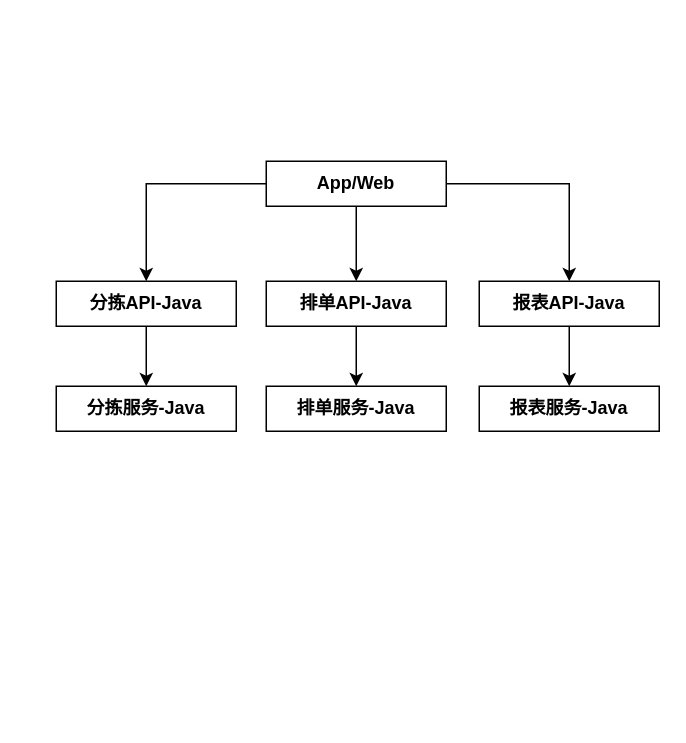
This is Untitled Diagram.drawio from frakaka/mybatis-3, a draw.io file, before an edit. Source tidied: cells renumbered, new cells numbered last; positions are measured from the earlier drawing's top-left corner, leaving out a move shared by most shapes. Both pictures are drawn from the tidied source at 150%, with x=0, y=0 at pixel (56, 26).
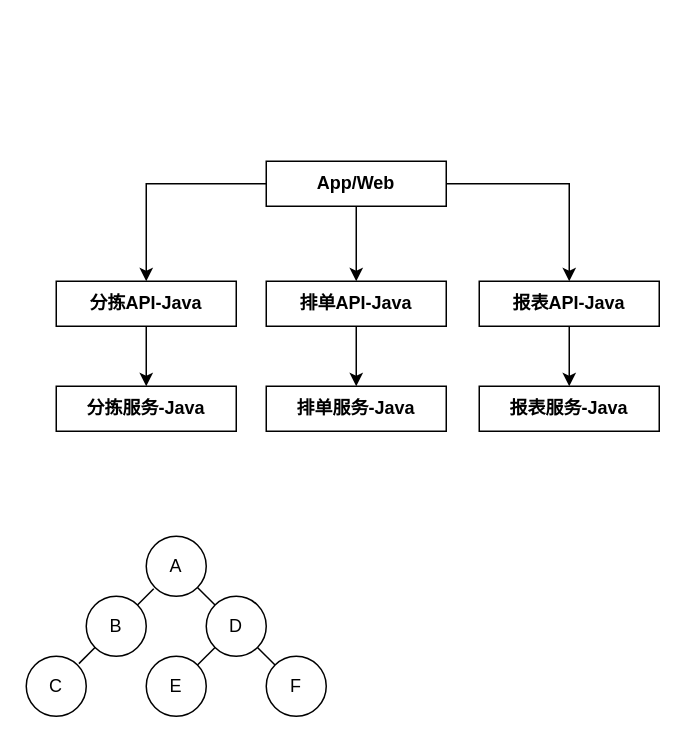
Above is the later version.

Diff of the diagram source:
```diff
@@
+    <mxCell id="16" value="A" style="ellipse;whiteSpace=wrap;html=1;" parent="1" vertex="1">
+      <mxGeometry x="60" y="340" width="40" height="40" as="geometry" />
+    </mxCell>
+    <mxCell id="17" value="B" style="ellipse;whiteSpace=wrap;html=1;" parent="1" vertex="1">
+      <mxGeometry x="20" y="380" width="40" height="40" as="geometry" />
+    </mxCell>
+    <mxCell id="18" value="C" style="ellipse;whiteSpace=wrap;html=1;" parent="1" vertex="1">
+      <mxGeometry x="-20" y="420" width="40" height="40" as="geometry" />
+    </mxCell>
+    <mxCell id="19" value="D" style="ellipse;whiteSpace=wrap;html=1;" parent="1" vertex="1">
+      <mxGeometry x="100" y="380" width="40" height="40" as="geometry" />
+    </mxCell>
+    <mxCell id="20" value="E" style="ellipse;whiteSpace=wrap;html=1;" parent="1" vertex="1">
+      <mxGeometry x="60" y="420" width="40" height="40" as="geometry" />
+    </mxCell>
+    <mxCell id="21" value="F" style="ellipse;whiteSpace=wrap;html=1;" parent="1" vertex="1">
+      <mxGeometry x="140" y="420" width="40" height="40" as="geometry" />
+    </mxCell>
+    <mxCell id="22" style="endArrow=none;html=1;exitX=1;exitY=0;exitDx=0;exitDy=0;" parent="1" edge="1" source="17">
+      <mxGeometry relative="1" as="geometry">
+        <mxPoint x="65" y="375" as="targetPoint" />
+      </mxGeometry>
+    </mxCell>
+    <mxCell id="23" style="endArrow=none;html=1;exitX=1;exitY=0;exitDx=0;exitDy=0;" parent="1" edge="1">
+      <mxGeometry relative="1" as="geometry">
+        <mxPoint x="15.1" y="424.9" as="sourcePoint" />
+        <mxPoint x="26" y="414" as="targetPoint" />
+      </mxGeometry>
+    </mxCell>
+    <mxCell id="24" style="endArrow=none;html=1;exitX=0;exitY=0;exitDx=0;exitDy=0;entryX=1;entryY=1;entryDx=0;entryDy=0;" parent="1" edge="1" source="19" target="16">
+      <mxGeometry relative="1" as="geometry" />
+    </mxCell>
+    <mxCell id="25" style="endArrow=none;html=1;exitX=0;exitY=0;exitDx=0;exitDy=0;entryX=1;entryY=1;entryDx=0;entryDy=0;" parent="1" edge="1" source="21" target="19">
+      <mxGeometry relative="1" as="geometry" />
+    </mxCell>
+    <mxCell id="26" style="endArrow=none;html=1;exitX=1;exitY=0;exitDx=0;exitDy=0;entryX=0;entryY=1;entryDx=0;entryDy=0;" parent="1" edge="1" source="20" target="19">
+      <mxGeometry relative="1" as="geometry" />
+    </mxCell>
```
